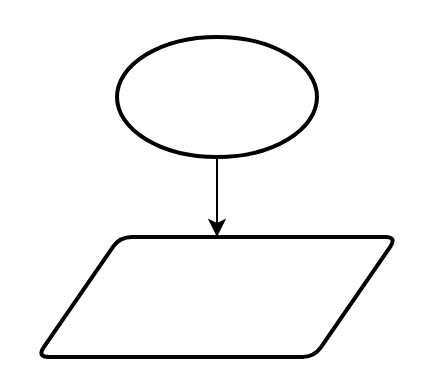
Above: Fluxo_calculo_INSS.drawio in mayliarratia12-tech/PTIC (draw.io), before the change. Source tidied: cells renumbered, new cells numbered last; positions are measured from the earlier drawing's top-left corner, leaving out a move shared by most shapes. Both pictures are drawn from the tidied source at 200%, with x=0, y=0 at pixel (36, 36).
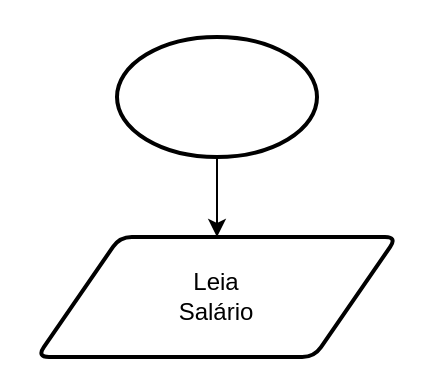
Above is the later version.

Diff of the diagram source:
```diff
@@
 <mxGraphModel>
   <root>
     <mxCell id="0" />
     <mxCell id="1" parent="0" />
     <mxCell id="2" style="edgeStyle=orthogonalEdgeStyle;rounded=0;jettySize=auto;html=1;defaultLabelBackgroundColor=page;" parent="1" edge="1" source="3" target="4">
       <mxGeometry relative="1" as="geometry" />
     </mxCell>
     <mxCell id="3" style="strokeWidth=2;html=1;shape=mxgraph.flowchart.start_1;whiteSpace=wrap;" parent="1" vertex="1">
       <mxGeometry x="40" width="100" height="60" as="geometry" />
     </mxCell>
-    <mxCell id="4" style="shape=parallelogram;html=1;strokeWidth=2;perimeter=parallelogramPerimeter;whiteSpace=wrap;rounded=1;arcSize=12;size=0.23;" parent="1" vertex="1">
+    <mxCell id="4" value="Leia&lt;div&gt;Salário&lt;/div&gt;" style="shape=parallelogram;html=1;strokeWidth=2;perimeter=parallelogramPerimeter;whiteSpace=wrap;rounded=1;arcSize=12;size=0.23;" parent="1" vertex="1">
       <mxGeometry y="100" width="180" height="60" as="geometry" />
     </mxCell>
   </root>
 </mxGraphModel>
```
